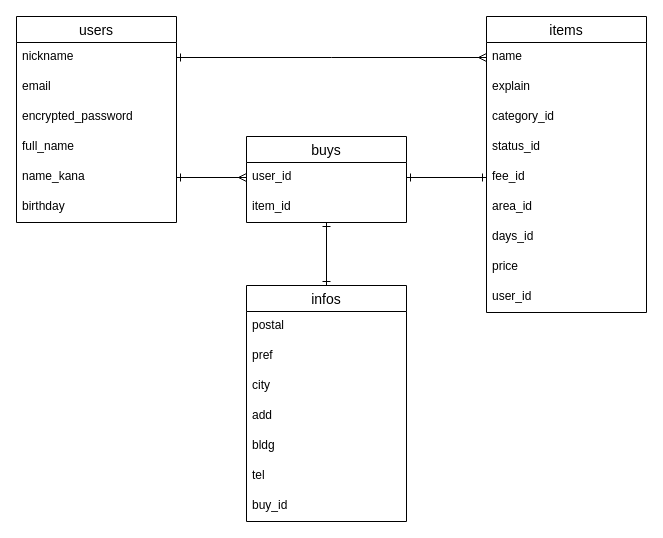
Earlier version of the draw.io diagram table.dio (o281700/furima-32118). Source tidied: cells renumbered, new cells numbered last; positions are measured from the earlier drawing's top-left corner, leaving out a move shared by most shapes. Both pictures are drawn from the tidied source at 100%, with x=0, y=0 at pixel (16, 16).
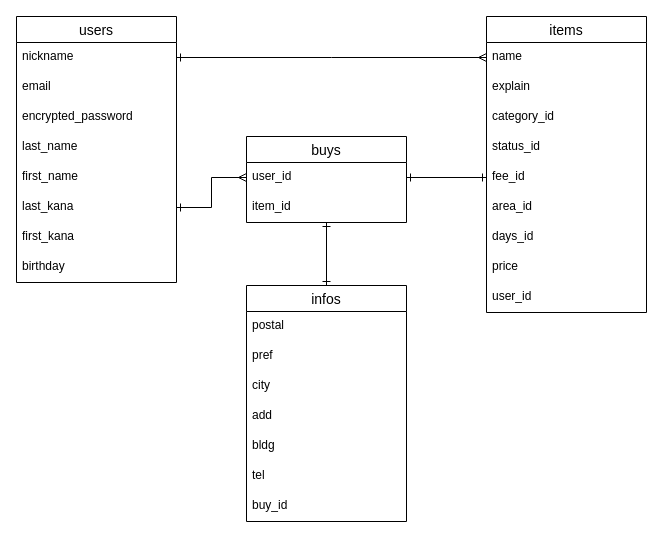
The same diagram, later.

The edit, as a diff of the source:
```diff
@@
     <mxCell id="2" value="users" style="swimlane;fontStyle=0;horizontal=1;startSize=26;align=center;fontSize=14;" parent="1" vertex="1">
-      <mxGeometry width="160" height="206" as="geometry" />
+      <mxGeometry width="160" height="266" as="geometry" />
     </mxCell>
@@
-    <mxCell id="6" value="full_name" style="text;strokeColor=none;fillColor=none;spacingLeft=4;spacingRight=4;overflow=hidden;fontSize=12;" parent="2" vertex="1">
+    <mxCell id="6" value="last_name" style="text;strokeColor=none;fillColor=none;spacingLeft=4;spacingRight=4;overflow=hidden;fontSize=12;" parent="2" vertex="1">
       <mxGeometry y="116" width="160" height="30" as="geometry" />
     </mxCell>
+    <mxCell id="34" value="first_name" style="text;strokeColor=none;fillColor=none;spacingLeft=4;spacingRight=4;overflow=hidden;fontSize=12;" parent="2" vertex="1">
+      <mxGeometry y="146" width="160" height="30" as="geometry" />
+    </mxCell>
-    <mxCell id="7" value="name_kana" style="text;strokeColor=none;fillColor=none;spacingLeft=4;spacingRight=4;overflow=hidden;points=[[0,0.5],[1,0.5]];portConstraint=eastwest;fontSize=12;" parent="2" vertex="1">
-      <mxGeometry y="146" width="160" height="30" as="geometry" />
+    <mxCell id="7" value="last_kana" style="text;strokeColor=none;fillColor=none;spacingLeft=4;spacingRight=4;overflow=hidden;points=[[0,0.5],[1,0.5]];portConstraint=eastwest;fontSize=12;" parent="2" vertex="1">
+      <mxGeometry y="176" width="160" height="30" as="geometry" />
     </mxCell>
+    <mxCell id="35" value="first_kana" style="text;strokeColor=none;fillColor=none;spacingLeft=4;spacingRight=4;overflow=hidden;fontSize=12;" parent="2" vertex="1">
+      <mxGeometry y="206" width="160" height="30" as="geometry" />
+    </mxCell>
     <mxCell id="8" value="birthday" style="text;strokeColor=none;fillColor=none;spacingLeft=4;spacingRight=4;overflow=hidden;fontSize=12;" parent="2" vertex="1">
-      <mxGeometry y="176" width="160" height="30" as="geometry" />
+      <mxGeometry y="236" width="160" height="30" as="geometry" />
     </mxCell>
```
